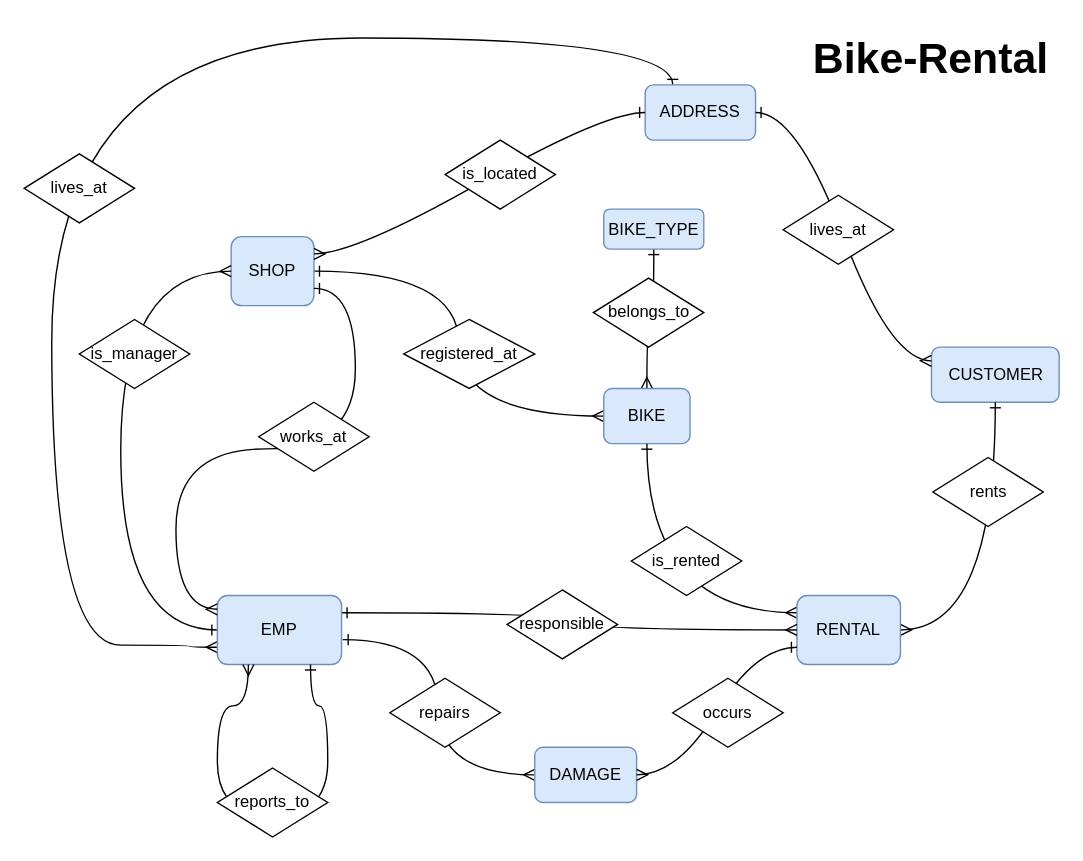
Above: figures/erd01.drawio in kgdeck/db_bike_rental (draw.io), before the change. Source tidied: cells renumbered, new cells numbered last; positions are measured from the earlier drawing's top-left corner, leaving out a move shared by most shapes. Both pictures are drawn from the tidied source at 138%, with x=0, y=0 at pixel (23, 23).
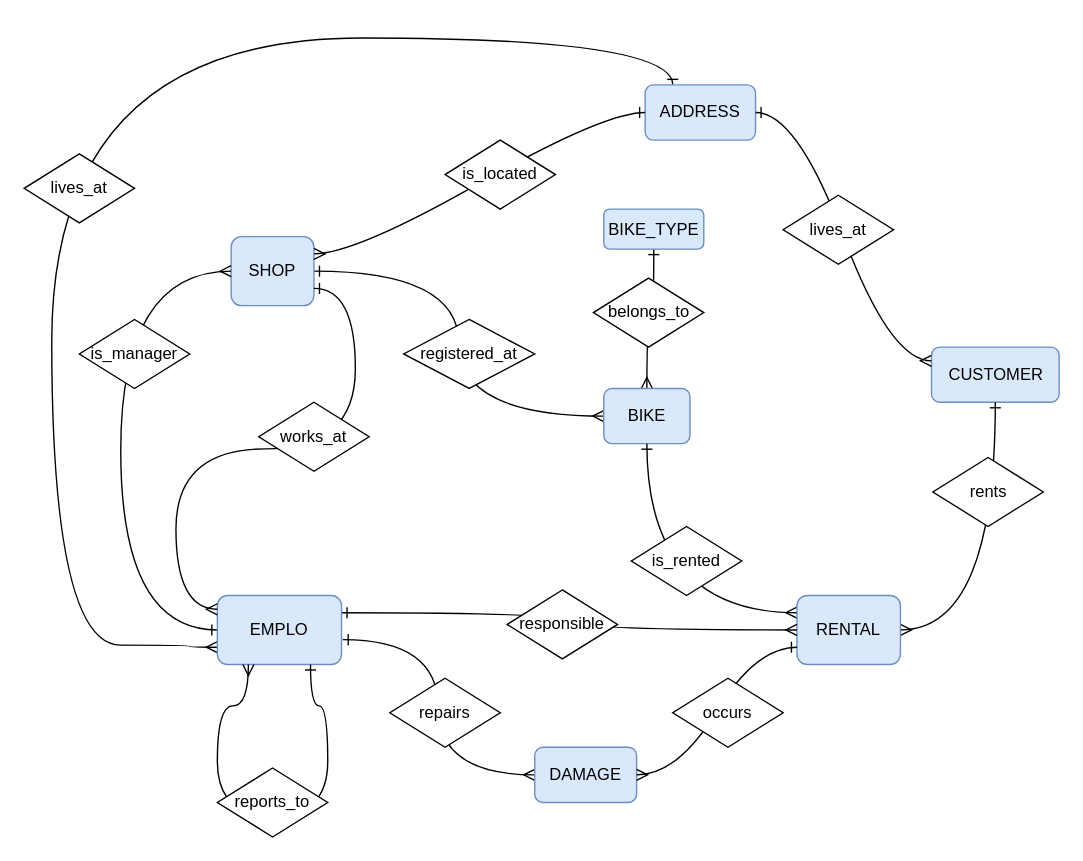
The same page after the edit.

The edit, as a diff of the source:
```diff
@@
-    <mxCell id="15" value="EMP" style="rounded=1;whiteSpace=wrap;html=1;fillColor=#dae8fc;strokeColor=#6c8ebf;" parent="1" vertex="1">
+    <mxCell id="15" value="EMPLO" style="rounded=1;whiteSpace=wrap;html=1;fillColor=#dae8fc;strokeColor=#6c8ebf;" parent="1" vertex="1">
       <mxGeometry x="140" y="414" width="90" height="50" as="geometry" />
     </mxCell>
@@
-    <mxCell id="33" value="&lt;font style=&quot;font-size: 31px;&quot;&gt;&lt;b&gt;Bike-Rental&lt;/b&gt;&lt;/font&gt;" style="text;html=1;whiteSpace=wrap;overflow=hidden;rounded=0;" parent="1" vertex="1">
-      <mxGeometry x="570" width="180" height="120" as="geometry" />
-    </mxCell>
```
